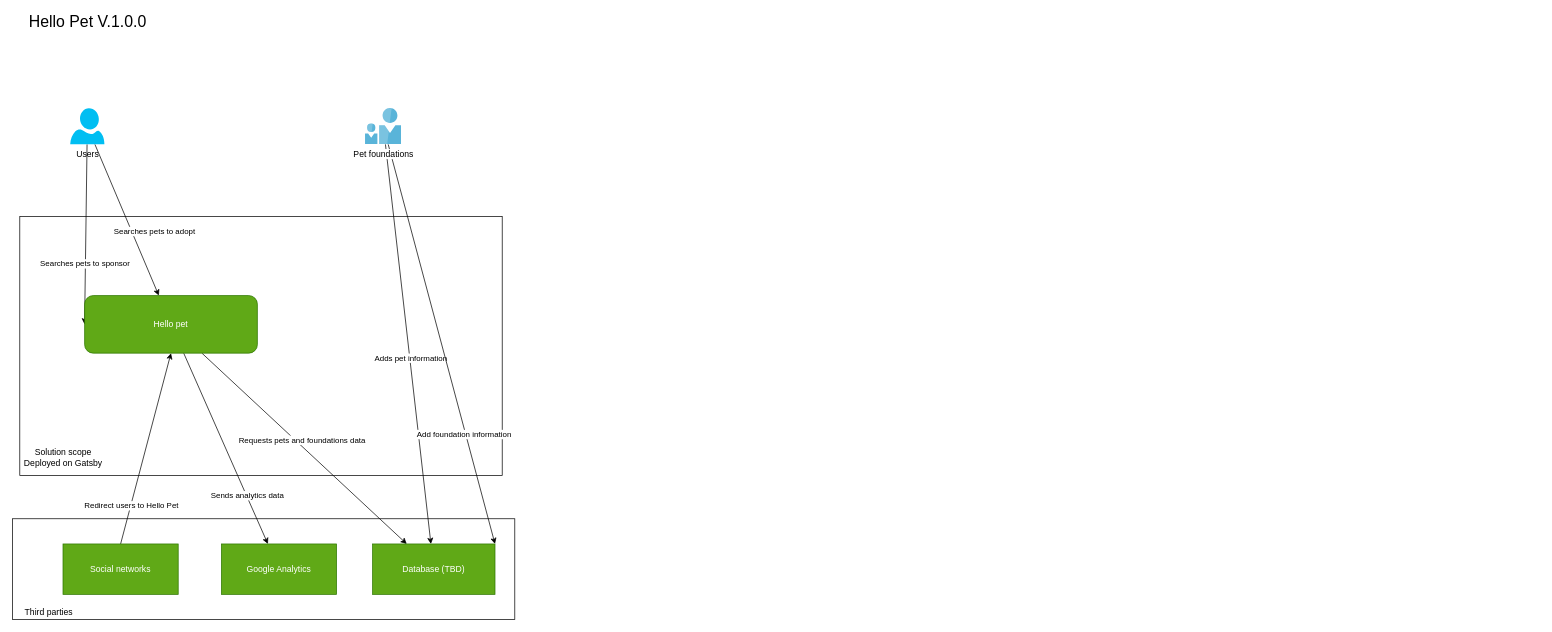
This is page "1. system contex" (1 of 5) of design/architecture-v.1.0.0.dio from codesandtags/hello-pet, a draw.io file, before an edit. Source tidied: cells renumbered, new cells numbered last; positions are measured from the earlier drawing's top-left corner, leaving out a move shared by most shapes. Both pictures are drawn from the tidied source at 72%, with x=0, y=0 at pixel (12, 14).
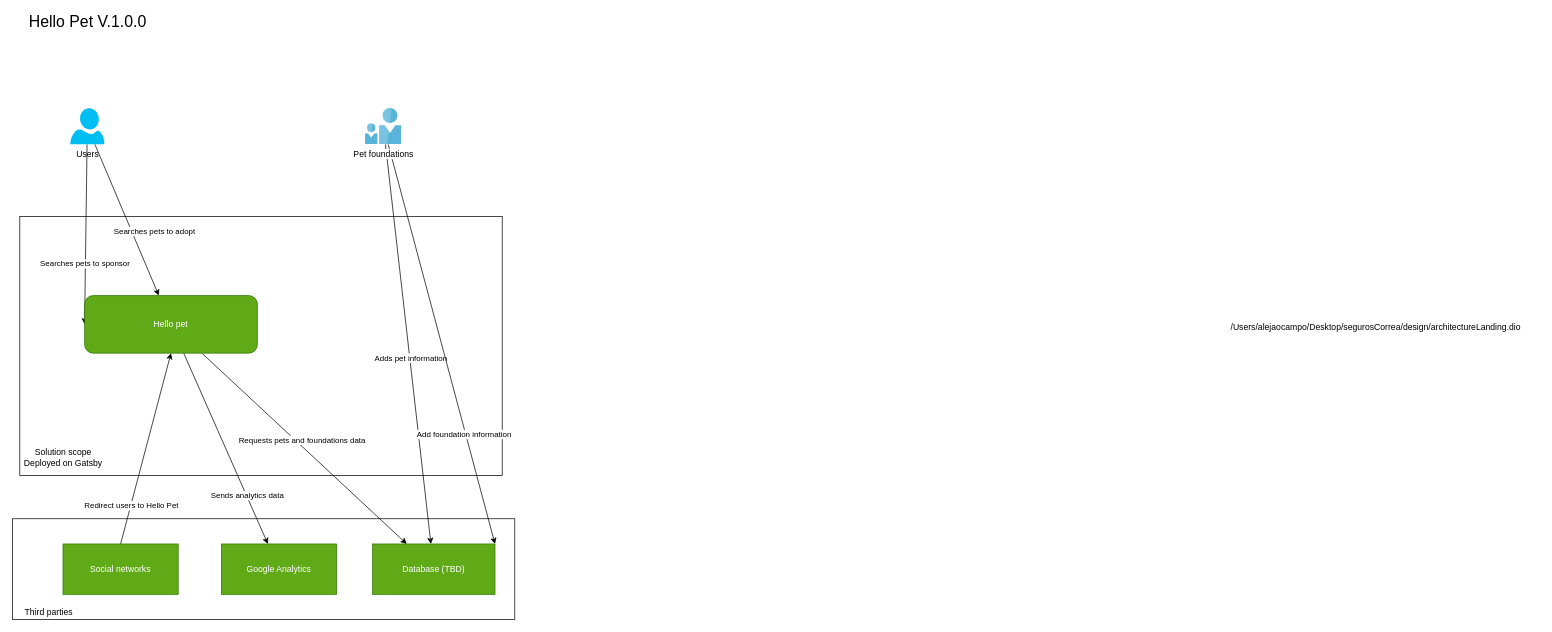
Above is the later version.

Change to the diagram source:
```diff
@@
+    <mxCell id="27" value="/Users/alejaocampo/Desktop/segurosCorrea/design/architectureLanding.dio" style="text;whiteSpace=wrap;html=1;" parent="1" vertex="1">
+      <mxGeometry x="1690" y="420" width="430" height="30" as="geometry" />
+    </mxCell>
```
